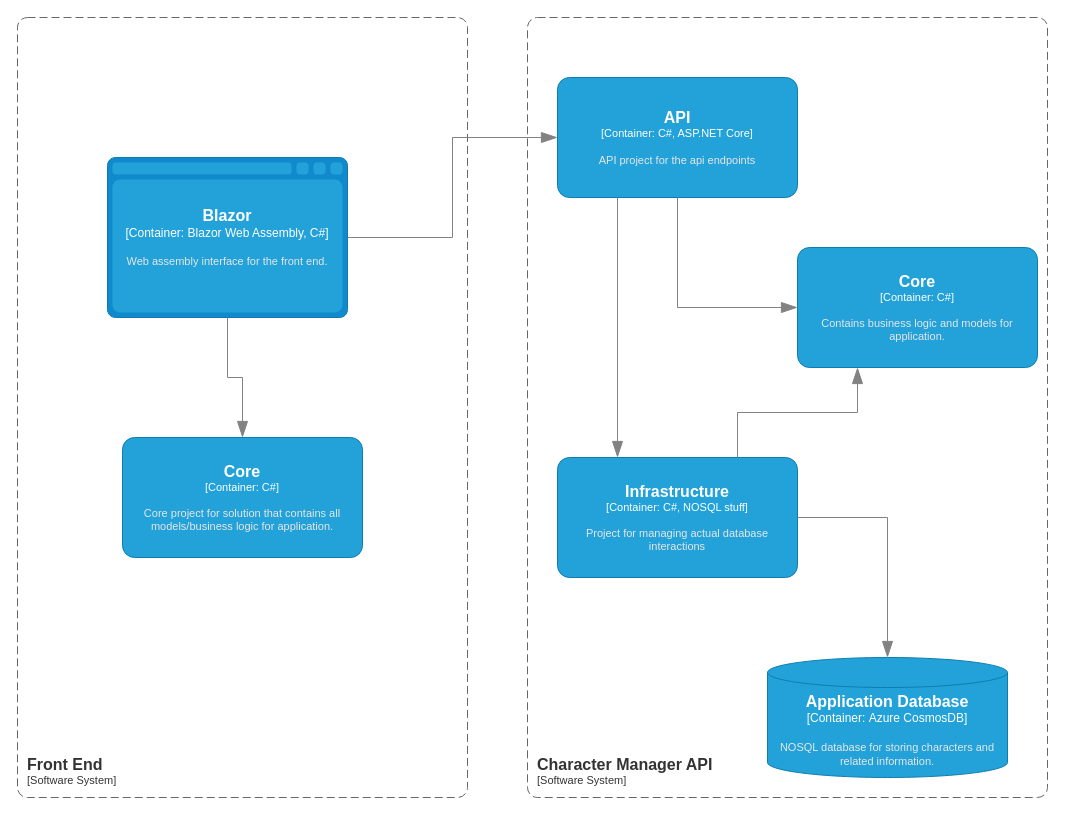
This is page "Container Diagram" (2 of 4) of Documentation/DiagramCollection.drawio from thedragonluvver/DnDCharacterManager, a draw.io file, before an edit. Source tidied: cells renumbered, new cells numbered last; positions are measured from the earlier drawing's top-left corner, leaving out a move shared by most shapes. Both pictures are drawn from the tidied source at 100%, with x=0, y=0 at pixel (17, 17).
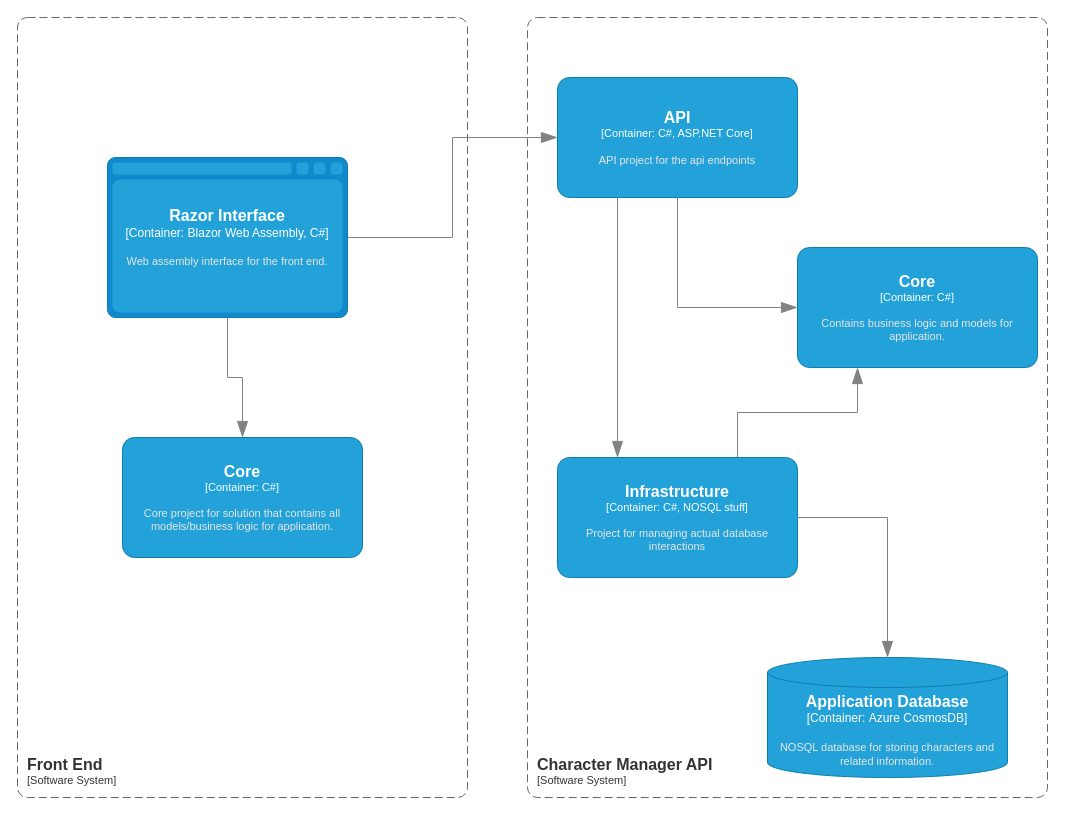
Above is the later version.

Commit message (it also covers changes not shown here):
update front end component diagram

Diff of the diagram source:
```diff
@@
-    <object id="5" label="&lt;font style=&quot;font-size: 16px&quot;&gt;&lt;b&gt;%c4Name%&lt;/b&gt;&lt;/font&gt;&lt;div&gt;[%c4Type%:&amp;nbsp;%c4Technology%]&lt;/div&gt;&lt;br&gt;&lt;div&gt;&lt;font style=&quot;font-size: 11px&quot;&gt;&lt;font color=&quot;#E6E6E6&quot;&gt;%c4Description%&lt;/font&gt;&lt;/div&gt;" c4Description="Web assembly interface for the front end. " c4Name="Blazor " c4Technology="Blazor Web Assembly, C#" c4Type="Container" placeholders="1">
+    <object id="5" label="&lt;font style=&quot;font-size: 16px&quot;&gt;&lt;b&gt;%c4Name%&lt;/b&gt;&lt;/font&gt;&lt;div&gt;[%c4Type%:&amp;nbsp;%c4Technology%]&lt;/div&gt;&lt;br&gt;&lt;div&gt;&lt;font style=&quot;font-size: 11px&quot;&gt;&lt;font color=&quot;#E6E6E6&quot;&gt;%c4Description%&lt;/font&gt;&lt;/div&gt;" c4Description="Web assembly interface for the front end. " c4Name="Razor Interface" c4Technology="Blazor Web Assembly, C#" c4Type="Container" placeholders="1">
       <mxCell style="shape=mxgraph.c4.webBrowserContainer2;whiteSpace=wrap;html=1;boundedLbl=1;rounded=0;labelBackgroundColor=none;strokeColor=#118ACD;fillColor=#23A2D9;strokeColor=#118ACD;strokeColor2=#0E7DAD;fontSize=12;fontColor=#ffffff;align=center;points=[[0.5,0,0],[1,0.25,0],[1,0.5,0],[1,0.75,0],[0.5,1,0],[0,0.75,0],[0,0.5,0],[0,0.25,0]];" parent="1" vertex="1">
         <mxGeometry x="90" y="140" width="240" height="160" as="geometry" />
       </mxCell>
     </object>
```
